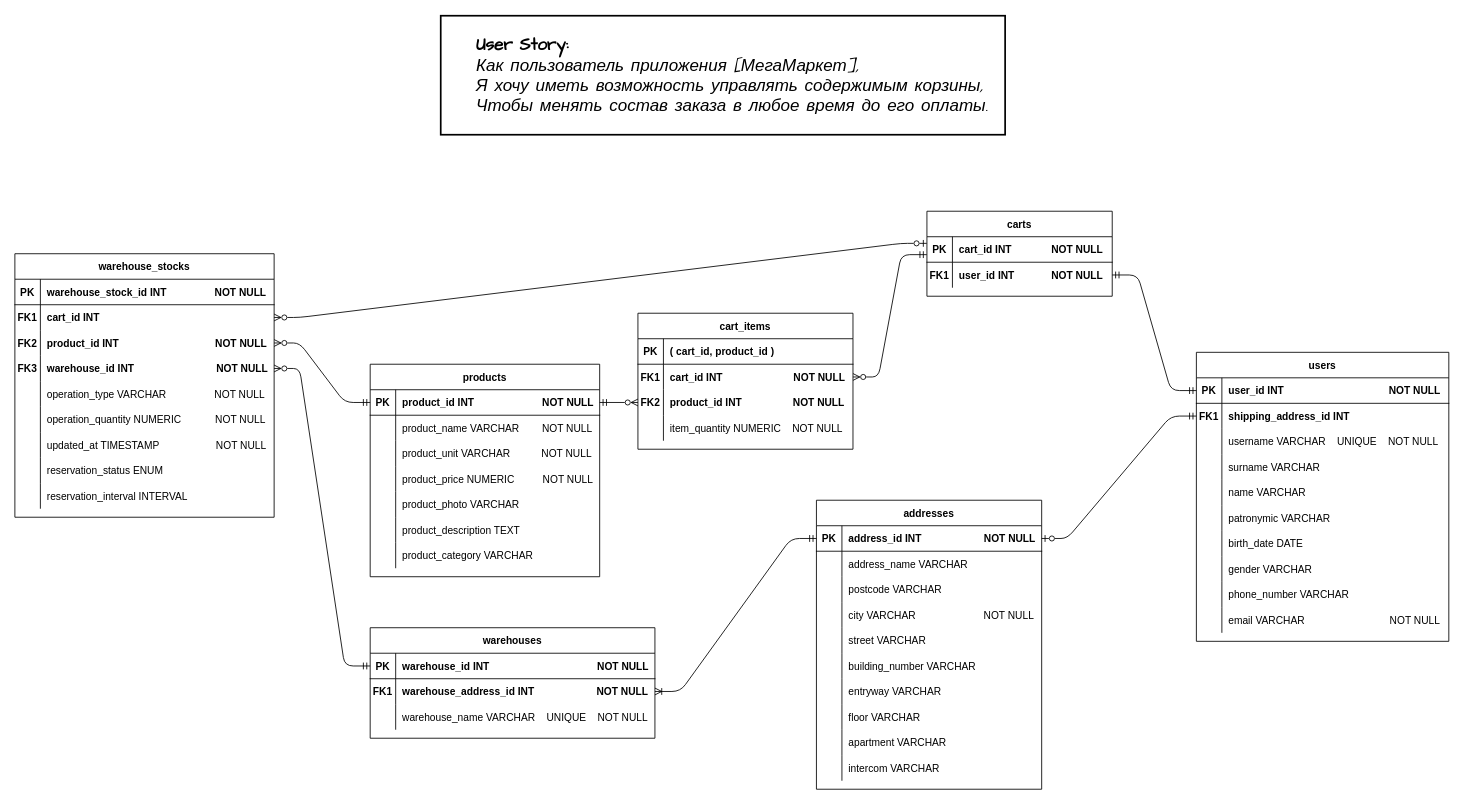
Earlier version of the draw.io diagram Ryabtsev_Alexander/Source/T07_ERD.drawio (abdullahproff/BSA21_1). Source tidied: cells renumbered, new cells numbered last; positions are measured from the earlier drawing's top-left corner, leaving out a move shared by most shapes. Both pictures are drawn from the tidied source at 85%, with x=0, y=0 at pixel (14, 15).
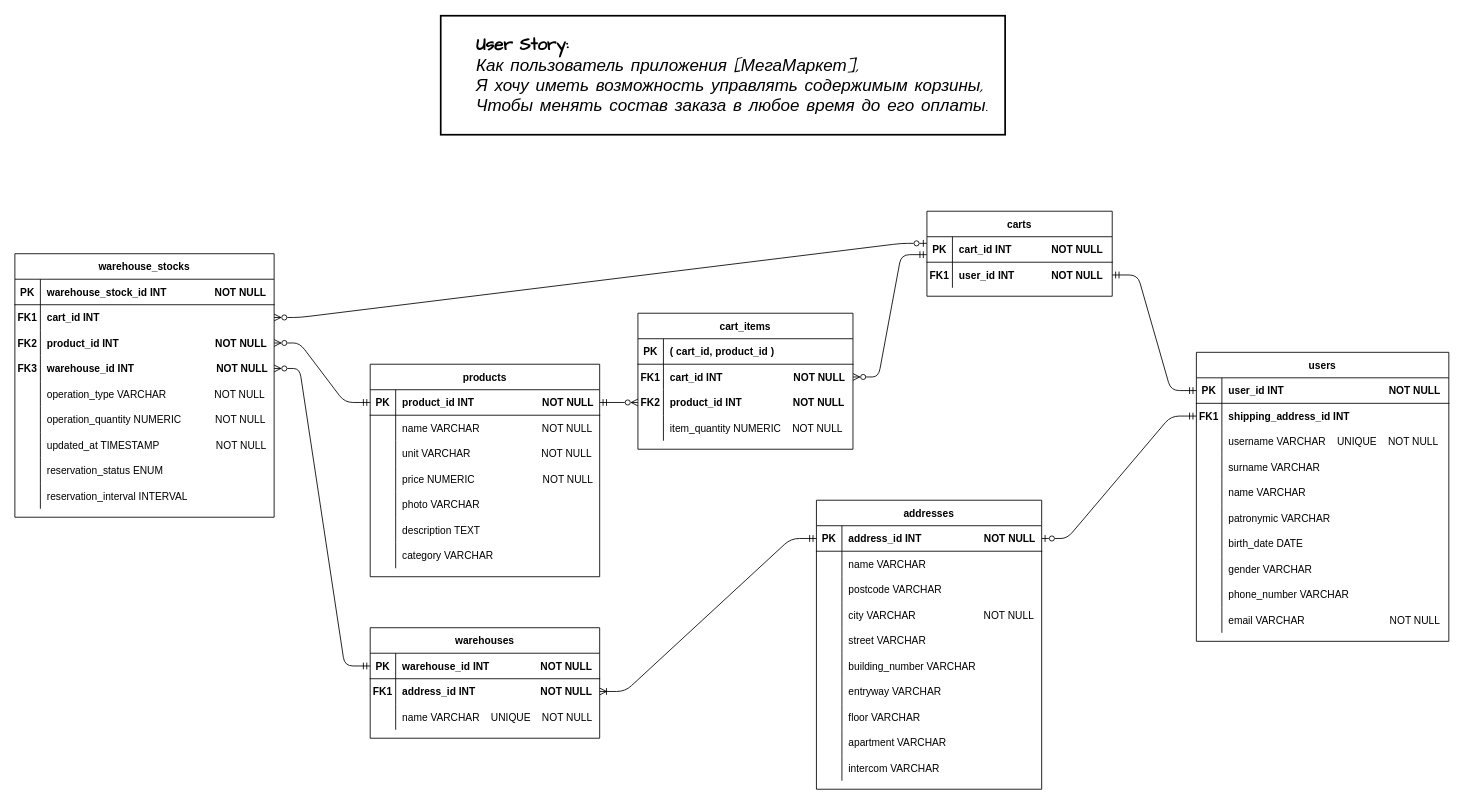
The same page after the edit.

Commit message (it also covers changes not shown here):
This removes unnecessary prefixes in attributes

The change refers to these unchanged cells:
```xml
<mxCell id="7" style="shape=partialRectangle;fillColor=none;top=0;left=0;right=0;bottom=0;" parent="3" vertex="1">
  <mxGeometry y="60" width="270" height="30" as="geometry" />
</mxCell>
<mxCell id="10" style="shape=partialRectangle;fillColor=none;top=0;left=0;right=0;bottom=0;" parent="3" vertex="1">
  <mxGeometry y="90" width="270" height="30" as="geometry" />
</mxCell>
<mxCell id="13" style="shape=partialRectangle;fillColor=none;top=0;left=0;right=0;bottom=0;" parent="3" vertex="1">
  <mxGeometry y="120" width="270" height="30" as="geometry" />
</mxCell>
<mxCell id="16" style="shape=partialRectangle;fillColor=none;top=0;left=0;right=0;bottom=0;" parent="3" vertex="1">
  <mxGeometry y="150" width="270" height="30" as="geometry" />
</mxCell>
<mxCell id="19" style="shape=partialRectangle;fillColor=none;top=0;left=0;right=0;bottom=0;" parent="3" vertex="1">
  <mxGeometry y="180" width="270" height="30" as="geometry" />
</mxCell>
<mxCell id="22" style="shape=partialRectangle;fillColor=none;top=0;left=0;right=0;bottom=0;" parent="3" vertex="1">
  <mxGeometry y="210" width="270" height="30" as="geometry" />
</mxCell>
<mxCell id="60" style="shape=partialRectangle;fillColor=none;top=0;left=0;right=0;bottom=0;" parent="56" vertex="1">
  <mxGeometry y="60" width="265" height="30" as="geometry" />
</mxCell>
```

Change to the diagram source:
```diff
@@
-    <mxCell id="9" value="product_name VARCHAR        NOT NULL" style="shape=partialRectangle;overflow=hidden;fillColor=none;top=0;left=0;bottom=0;right=0;align=left;spacingLeft=6;" parent="7" vertex="1">
+    <mxCell id="9" value="name VARCHAR                      NOT NULL" style="shape=partialRectangle;overflow=hidden;fillColor=none;top=0;left=0;bottom=0;right=0;align=left;spacingLeft=6;" parent="7" vertex="1">
       <mxGeometry x="30" width="240" height="30" as="geometry" />
     </mxCell>
@@
-    <mxCell id="12" value="product_unit VARCHAR           NOT NULL" style="shape=partialRectangle;overflow=hidden;fillColor=none;top=0;left=0;bottom=0;right=0;align=left;spacingLeft=6;" parent="10" vertex="1">
+    <mxCell id="12" value="unit VARCHAR                         NOT NULL" style="shape=partialRectangle;overflow=hidden;fillColor=none;top=0;left=0;bottom=0;right=0;align=left;spacingLeft=6;" parent="10" vertex="1">
       <mxGeometry x="30" width="240" height="30" as="geometry" />
     </mxCell>
@@
-    <mxCell id="15" value="product_price NUMERIC          NOT NULL" style="shape=partialRectangle;overflow=hidden;fillColor=none;top=0;left=0;bottom=0;right=0;align=left;spacingLeft=6;" parent="13" vertex="1">
+    <mxCell id="15" value="price NUMERIC                        NOT NULL" style="shape=partialRectangle;overflow=hidden;fillColor=none;top=0;left=0;bottom=0;right=0;align=left;spacingLeft=6;" parent="13" vertex="1">
       <mxGeometry x="30" width="240" height="30" as="geometry" />
     </mxCell>
@@
-    <mxCell id="18" value="product_photo VARCHAR" style="shape=partialRectangle;overflow=hidden;fillColor=none;top=0;left=0;bottom=0;right=0;align=left;spacingLeft=6;" parent="16" vertex="1">
+    <mxCell id="18" value="photo VARCHAR" style="shape=partialRectangle;overflow=hidden;fillColor=none;top=0;left=0;bottom=0;right=0;align=left;spacingLeft=6;" parent="16" vertex="1">
       <mxGeometry x="30" width="240" height="30" as="geometry" />
     </mxCell>
@@
-    <mxCell id="21" value="product_description TEXT" style="shape=partialRectangle;overflow=hidden;fillColor=none;top=0;left=0;bottom=0;right=0;align=left;spacingLeft=6;" parent="19" vertex="1">
+    <mxCell id="21" value="description TEXT" style="shape=partialRectangle;overflow=hidden;fillColor=none;top=0;left=0;bottom=0;right=0;align=left;spacingLeft=6;" parent="19" vertex="1">
       <mxGeometry x="30" width="240" height="30" as="geometry" />
     </mxCell>
@@
-    <mxCell id="24" value="product_category VARCHAR" style="shape=partialRectangle;overflow=hidden;fillColor=none;top=0;left=0;bottom=0;right=0;align=left;spacingLeft=6;" parent="22" vertex="1">
+    <mxCell id="24" value="category VARCHAR" style="shape=partialRectangle;overflow=hidden;fillColor=none;top=0;left=0;bottom=0;right=0;align=left;spacingLeft=6;" parent="22" vertex="1">
       <mxGeometry x="30" width="240" height="30" as="geometry" />
     </mxCell>
@@
-    <mxCell id="62" value="address_name VARCHAR" style="shape=partialRectangle;overflow=hidden;fillColor=none;top=0;left=0;bottom=0;right=0;align=left;spacingLeft=6;" parent="60" vertex="1">
+    <mxCell id="62" value="name VARCHAR" style="shape=partialRectangle;overflow=hidden;fillColor=none;top=0;left=0;bottom=0;right=0;align=left;spacingLeft=6;" parent="60" vertex="1">
       <mxGeometry x="30" width="235" height="30" as="geometry" />
     </mxCell>
@@
     <mxCell id="111" value="warehouses" style="shape=table;startSize=30;childLayout=tableLayout;rowLines=0;fontStyle=1;align=center;" parent="1" vertex="1">
-      <mxGeometry x="418" y="720" width="335" height="130" as="geometry" />
+      <mxGeometry x="418" y="720" width="270" height="130" as="geometry" />
     </mxCell>
     <mxCell id="112" style="shape=partialRectangle;fillColor=none;points=[[0,0.5],[1,0.5]];portConstraint=eastwest;top=0;left=0;right=0;bottom=1;" parent="111" vertex="1">
-      <mxGeometry y="30" width="335" height="30" as="geometry" />
+      <mxGeometry y="30" width="270" height="30" as="geometry" />
     </mxCell>
@@
-    <mxCell id="114" value="warehouse_id INT                                      NOT NULL " style="shape=partialRectangle;overflow=hidden;fillColor=none;top=0;left=0;bottom=0;right=0;align=left;spacingLeft=6;fontStyle=1;" parent="112" vertex="1">
-      <mxGeometry x="30" width="305" height="30" as="geometry" />
+    <mxCell id="114" value="warehouse_id INT                  NOT NULL " style="shape=partialRectangle;overflow=hidden;fillColor=none;top=0;left=0;bottom=0;right=0;align=left;spacingLeft=6;fontStyle=1;" parent="112" vertex="1">
+      <mxGeometry x="30" width="240" height="30" as="geometry" />
     </mxCell>
     <mxCell id="115" style="shape=partialRectangle;fillColor=none;points=[[0,0.5],[1,0.5]];portConstraint=eastwest;top=0;left=0;right=0;bottom=0;" parent="111" vertex="1">
-      <mxGeometry y="60" width="335" height="30" as="geometry" />
+      <mxGeometry y="60" width="270" height="30" as="geometry" />
     </mxCell>
@@
-    <mxCell id="117" value="warehouse_address_id INT                      NOT NULL" style="shape=partialRectangle;overflow=hidden;fillColor=none;top=0;left=0;bottom=0;right=0;align=left;spacingLeft=6;fontStyle=1;" parent="115" vertex="1">
-      <mxGeometry x="30" width="305" height="30" as="geometry" />
+    <mxCell id="117" value="address_id INT                       NOT NULL" style="shape=partialRectangle;overflow=hidden;fillColor=none;top=0;left=0;bottom=0;right=0;align=left;spacingLeft=6;fontStyle=1;" parent="115" vertex="1">
+      <mxGeometry x="30" width="240" height="30" as="geometry" />
     </mxCell>
     <mxCell id="118" style="shape=partialRectangle;fillColor=none;top=0;left=0;right=0;bottom=0;" parent="111" vertex="1">
-      <mxGeometry y="90" width="335" height="30" as="geometry" />
+      <mxGeometry y="90" width="270" height="30" as="geometry" />
     </mxCell>
@@
-    <mxCell id="120" value="warehouse_name VARCHAR    UNIQUE    NOT NULL" style="shape=partialRectangle;overflow=hidden;fillColor=none;top=0;left=0;bottom=0;right=0;align=left;spacingLeft=6;fontStyle=0;" parent="118" vertex="1">
-      <mxGeometry x="30" width="305" height="30" as="geometry" />
+    <mxCell id="120" value="name VARCHAR    UNIQUE    NOT NULL" style="shape=partialRectangle;overflow=hidden;fillColor=none;top=0;left=0;bottom=0;right=0;align=left;spacingLeft=6;fontStyle=0;" parent="118" vertex="1">
+      <mxGeometry x="30" width="240" height="30" as="geometry" />
     </mxCell>
```
